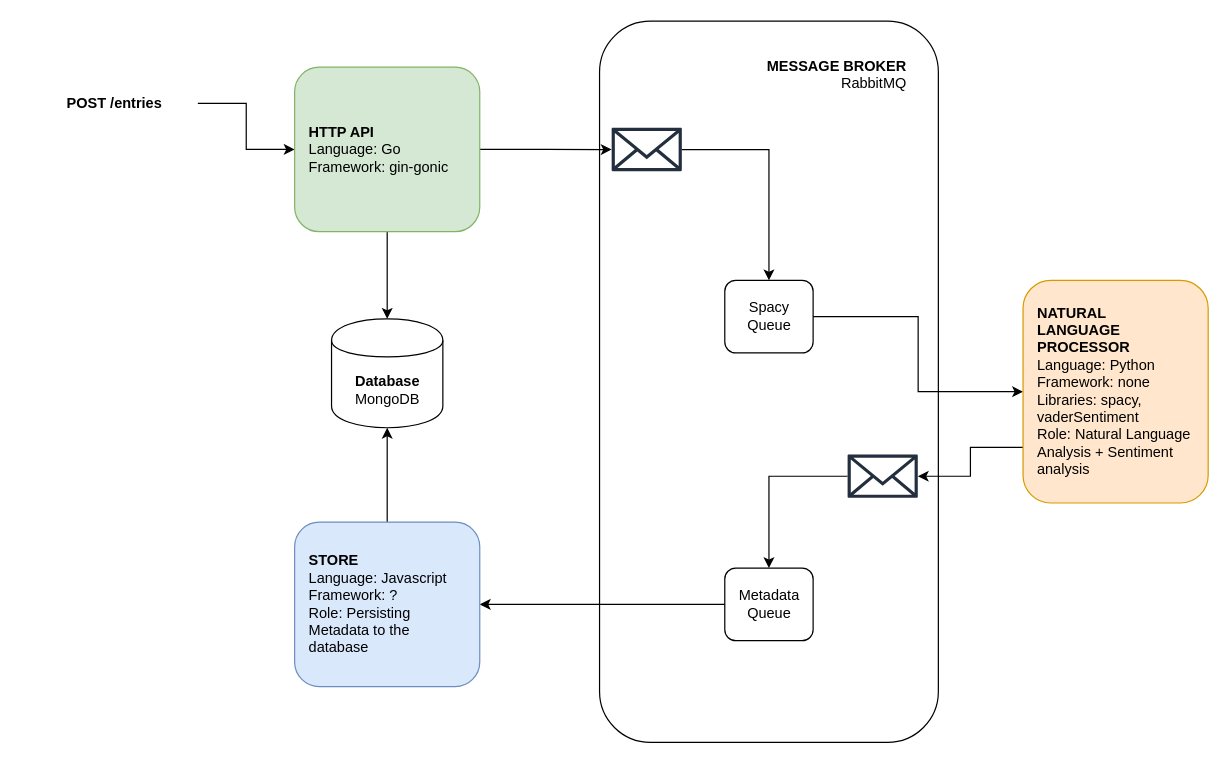
This is doc/architecture.drawio from philippecarle/moood, a draw.io file, before an edit. Source tidied: cells renumbered, new cells numbered last; positions are measured from the earlier drawing's top-left corner, leaving out a move shared by most shapes. Both pictures are drawn from the tidied source at 121%, with x=0, y=0 at pixel (52, 21).
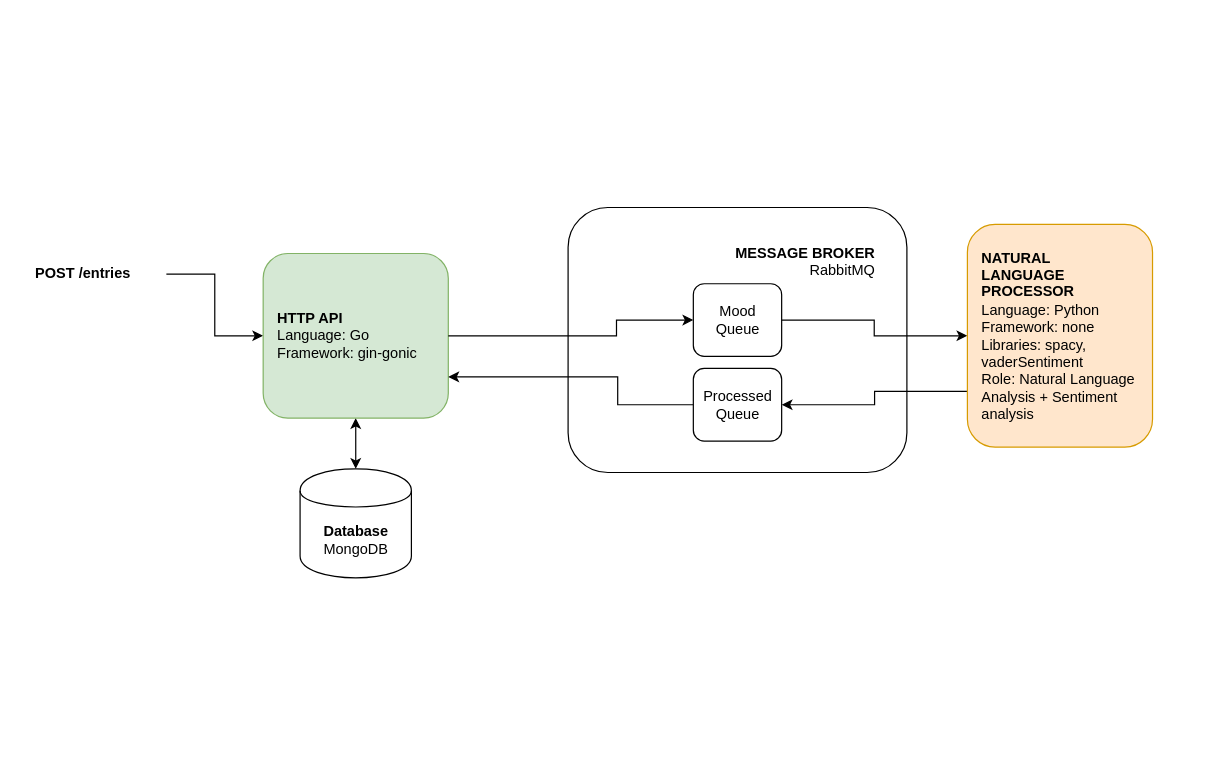
The same diagram, later.

The edit, as a diff of the source:
```diff
@@
     <mxCell id="2" value="&lt;b&gt;MESSAGE BROKER&lt;br&gt;&lt;/b&gt;RabbitMQ" style="rounded=1;whiteSpace=wrap;html=1;align=right;verticalAlign=top;spacing=26;" parent="1" vertex="1">
-      <mxGeometry x="452" width="280" height="596" as="geometry" />
+      <mxGeometry x="426" y="154" width="280" height="219" as="geometry" />
     </mxCell>
@@
     <mxCell id="4" value="&lt;div&gt;&lt;b&gt;POST /entries&lt;/b&gt;&lt;/div&gt;" style="rounded=1;whiteSpace=wrap;html=1;fillColor=none;align=left;spacing=12;strokeColor=none;" parent="1" vertex="1">
-      <mxGeometry y="28" width="120" height="80" as="geometry" />
+      <mxGeometry x="-26" y="169" width="120" height="80" as="geometry" />
     </mxCell>
-    <mxCell id="5" style="edgeStyle=orthogonalEdgeStyle;rounded=0;jettySize=auto;html=1;exitX=1;exitY=0.5;exitDx=0;exitDy=0;" parent="1" edge="1" source="7" target="9">
-      <mxGeometry relative="1" as="geometry" />
-    </mxCell>
-    <mxCell id="6" style="edgeStyle=orthogonalEdgeStyle;rounded=0;jettySize=auto;html=1;exitX=0.5;exitY=1;exitDx=0;exitDy=0;entryX=0.5;entryY=0;entryDx=0;entryDy=0;" parent="1" edge="1" source="7" target="8">
+    <mxCell id="6" style="edgeStyle=orthogonalEdgeStyle;rounded=0;jettySize=auto;html=1;exitX=0.5;exitY=1;exitDx=0;exitDy=0;startArrow=classic;startFill=1;" parent="1" edge="1" source="7" target="8">
       <mxGeometry relative="1" as="geometry" />
     </mxCell>
     <mxCell id="7" value="&lt;div&gt;&lt;b&gt;HTTP API&lt;/b&gt;&lt;/div&gt;Language: Go&lt;br&gt;Framework: gin-gonic" style="rounded=1;whiteSpace=wrap;html=1;fillColor=#d5e8d4;align=left;spacing=12;strokeColor=#82b366;" parent="1" vertex="1">
-      <mxGeometry x="200" y="38" width="153" height="136" as="geometry" />
+      <mxGeometry x="174" y="192" width="153" height="136" as="geometry" />
     </mxCell>
     <mxCell id="8" value="&lt;b&gt;Database&lt;/b&gt;&lt;br&gt;MongoDB" style="shape=cylinder;whiteSpace=wrap;html=1;boundedLbl=1;backgroundOutline=1;fillColor=none;" parent="1" vertex="1">
-      <mxGeometry x="230.5" y="246" width="92" height="90" as="geometry" />
+      <mxGeometry x="204.5" y="370" width="92" height="90" as="geometry" />
     </mxCell>
-    <mxCell id="9" style="outlineConnect=0;fontColor=#232F3E;gradientColor=none;fillColor=#232F3E;strokeColor=none;dashed=0;verticalLabelPosition=bottom;verticalAlign=top;align=center;html=1;fontSize=12;fontStyle=0;shape=mxgraph.aws4.email_2;" parent="1" vertex="1">
-      <mxGeometry x="462" y="87.8" width="58" height="36.4" as="geometry" />
-    </mxCell>
-    <mxCell id="10" style="edgeStyle=orthogonalEdgeStyle;rounded=0;jettySize=auto;html=1;" parent="1" edge="1" source="9" target="12">
-      <mxGeometry relative="1" as="geometry" />
-    </mxCell>
-    <mxCell id="11" style="edgeStyle=orthogonalEdgeStyle;rounded=0;jettySize=auto;html=1;exitX=1;exitY=0.5;exitDx=0;exitDy=0;entryX=0;entryY=0.5;entryDx=0;entryDy=0;" parent="1" edge="1" source="12" target="14">
-      <mxGeometry relative="1" as="geometry" />
-    </mxCell>
-    <mxCell id="12" value="Spacy&lt;br&gt;Queue" style="rounded=1;whiteSpace=wrap;html=1;fillColor=none;" parent="1" vertex="1">
-      <mxGeometry x="555.5" y="214.2" width="73" height="60" as="geometry" />
-    </mxCell>
-    <mxCell id="13" style="edgeStyle=orthogonalEdgeStyle;rounded=0;jettySize=auto;html=1;exitX=0;exitY=0.75;exitDx=0;exitDy=0;" parent="1" edge="1" source="14" target="20">
-      <mxGeometry relative="1" as="geometry" />
-    </mxCell>
+    <mxCell id="21" style="edgeStyle=orthogonalEdgeStyle;rounded=0;jettySize=auto;html=1;exitX=1;exitY=0.5;exitDx=0;exitDy=0;" parent="1" edge="1" source="7" target="23">
+      <mxGeometry relative="1" as="geometry">
+        <Array as="points">
+          <mxPoint x="466" y="260" />
+          <mxPoint x="466" y="247" />
+        </Array>
+      </mxGeometry>
+    </mxCell>
+    <mxCell id="22" style="edgeStyle=orthogonalEdgeStyle;rounded=0;jettySize=auto;html=1;exitX=1;exitY=0.5;exitDx=0;exitDy=0;entryX=0;entryY=0.5;entryDx=0;entryDy=0;" parent="1" edge="1" source="23" target="14">
+      <mxGeometry relative="1" as="geometry">
+        <Array as="points">
+          <mxPoint x="679" y="247" />
+          <mxPoint x="679" y="260" />
+        </Array>
+      </mxGeometry>
+    </mxCell>
+    <mxCell id="23" value="Mood&lt;br&gt;Queue" style="rounded=1;whiteSpace=wrap;html=1;fillColor=none;" parent="1" vertex="1">
+      <mxGeometry x="529.5" y="217" width="73" height="60" as="geometry" />
+    </mxCell>
+    <mxCell id="24" style="edgeStyle=orthogonalEdgeStyle;rounded=0;jettySize=auto;html=1;exitX=0;exitY=0.75;exitDx=0;exitDy=0;entryX=1;entryY=0.5;entryDx=0;entryDy=0;" parent="1" edge="1" source="14" target="26">
+      <mxGeometry relative="1" as="geometry" />
+    </mxCell>
     <mxCell id="14" value="&lt;div&gt;&lt;/div&gt;&lt;b&gt;NATURAL &lt;br&gt;LANGUAGE &lt;br&gt;PROCESSOR&lt;br&gt;&lt;/b&gt;Language: Python&lt;br&gt;Framework: none&lt;br&gt;Libraries: spacy, vaderSentiment&lt;br&gt;Role: Natural Language Analysis + Sentiment analysis" style="rounded=1;whiteSpace=wrap;html=1;fillColor=#ffe6cc;align=left;spacing=12;strokeColor=#d79b00;" parent="1" vertex="1">
-      <mxGeometry x="802" y="214.2" width="153" height="184" as="geometry" />
+      <mxGeometry x="756" y="168" width="153" height="184" as="geometry" />
     </mxCell>
-    <mxCell id="15" style="edgeStyle=orthogonalEdgeStyle;rounded=0;jettySize=auto;html=1;entryX=0.5;entryY=0;entryDx=0;entryDy=0;" parent="1" edge="1" source="20" target="17">
-      <mxGeometry relative="1" as="geometry" />
-    </mxCell>
-    <mxCell id="16" style="edgeStyle=orthogonalEdgeStyle;rounded=0;jettySize=auto;html=1;exitX=0;exitY=0.5;exitDx=0;exitDy=0;entryX=1;entryY=0.5;entryDx=0;entryDy=0;" parent="1" edge="1" source="17" target="19">
-      <mxGeometry relative="1" as="geometry" />
-    </mxCell>
-    <mxCell id="17" value="Metadata&lt;br&gt;Queue" style="rounded=1;whiteSpace=wrap;html=1;fillColor=none;" parent="1" vertex="1">
-      <mxGeometry x="555.5" y="452" width="73" height="60" as="geometry" />
-    </mxCell>
-    <mxCell id="18" style="edgeStyle=orthogonalEdgeStyle;rounded=0;jettySize=auto;html=1;exitX=0.5;exitY=0;exitDx=0;exitDy=0;entryX=0.5;entryY=1;entryDx=0;entryDy=0;" parent="1" edge="1" source="19" target="8">
-      <mxGeometry relative="1" as="geometry" />
-    </mxCell>
-    <mxCell id="19" value="&lt;div&gt;&lt;b&gt;STORE&lt;/b&gt;&lt;/div&gt;Language: Javascript&lt;br&gt;Framework: ?&lt;br&gt;Role: Persisting Metadata to the database" style="rounded=1;whiteSpace=wrap;html=1;fillColor=#dae8fc;align=left;spacing=12;strokeColor=#6c8ebf;" parent="1" vertex="1">
-      <mxGeometry x="200" y="414" width="153" height="136" as="geometry" />
-    </mxCell>
-    <mxCell id="20" style="outlineConnect=0;fontColor=#232F3E;gradientColor=none;fillColor=#232F3E;strokeColor=none;dashed=0;verticalLabelPosition=bottom;verticalAlign=top;align=center;html=1;fontSize=12;fontStyle=0;shape=mxgraph.aws4.email_2;" parent="1" vertex="1">
-      <mxGeometry x="657" y="357.8" width="58" height="36.4" as="geometry" />
-    </mxCell>
+    <mxCell id="25" style="edgeStyle=orthogonalEdgeStyle;rounded=0;jettySize=auto;html=1;exitX=0;exitY=0.5;exitDx=0;exitDy=0;entryX=1;entryY=0.75;entryDx=0;entryDy=0;startArrow=none;startFill=0;" parent="1" edge="1" source="26" target="7">
+      <mxGeometry relative="1" as="geometry">
+        <Array as="points">
+          <mxPoint x="467" y="317" />
+          <mxPoint x="467" y="294" />
+        </Array>
+      </mxGeometry>
+    </mxCell>
+    <mxCell id="26" value="Processed&lt;br&gt;Queue" style="rounded=1;whiteSpace=wrap;html=1;fillColor=none;" parent="1" vertex="1">
+      <mxGeometry x="529.5" y="287" width="73" height="60" as="geometry" />
+    </mxCell>
```
